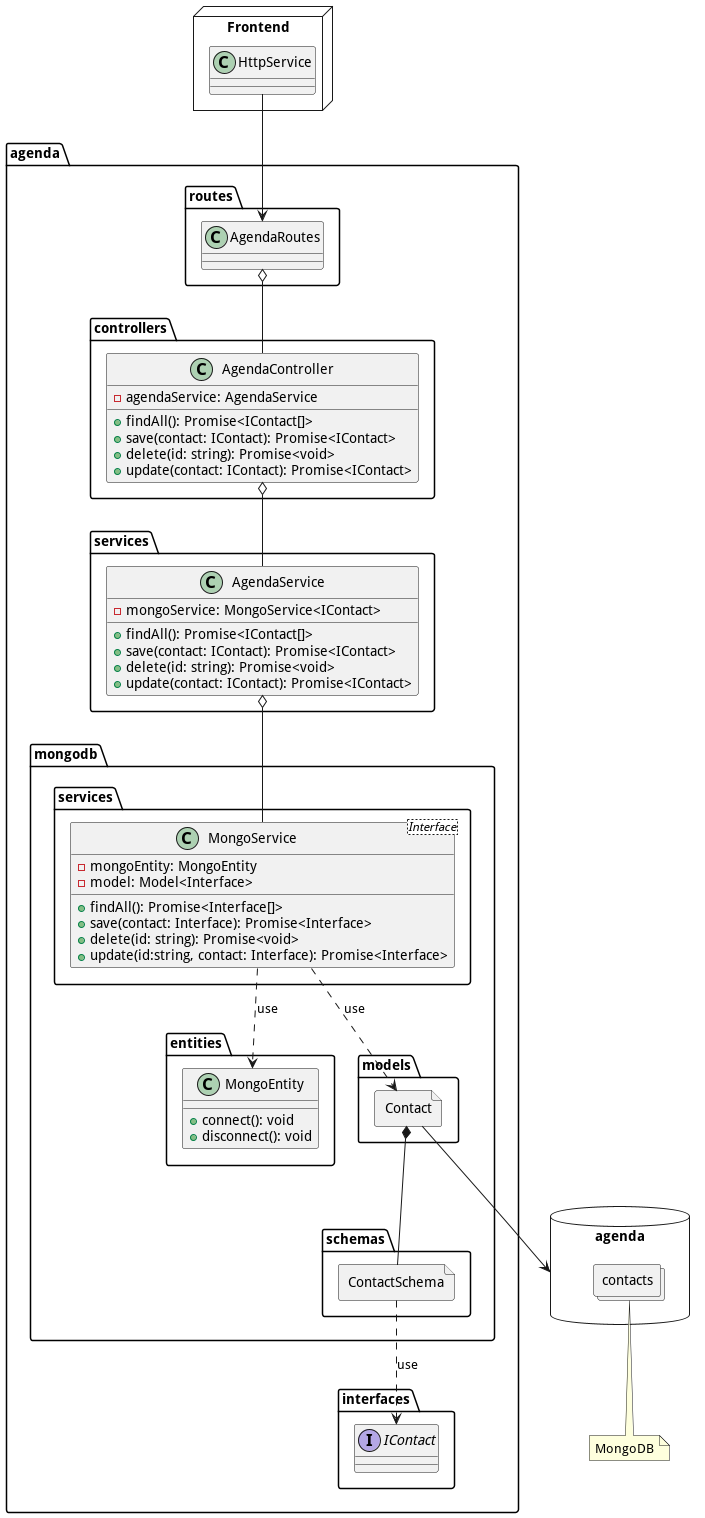
This is docs/uml/Server.png from raulwwq0/Agenda-TypeScript, a PlantUML export, as it was before one commit.
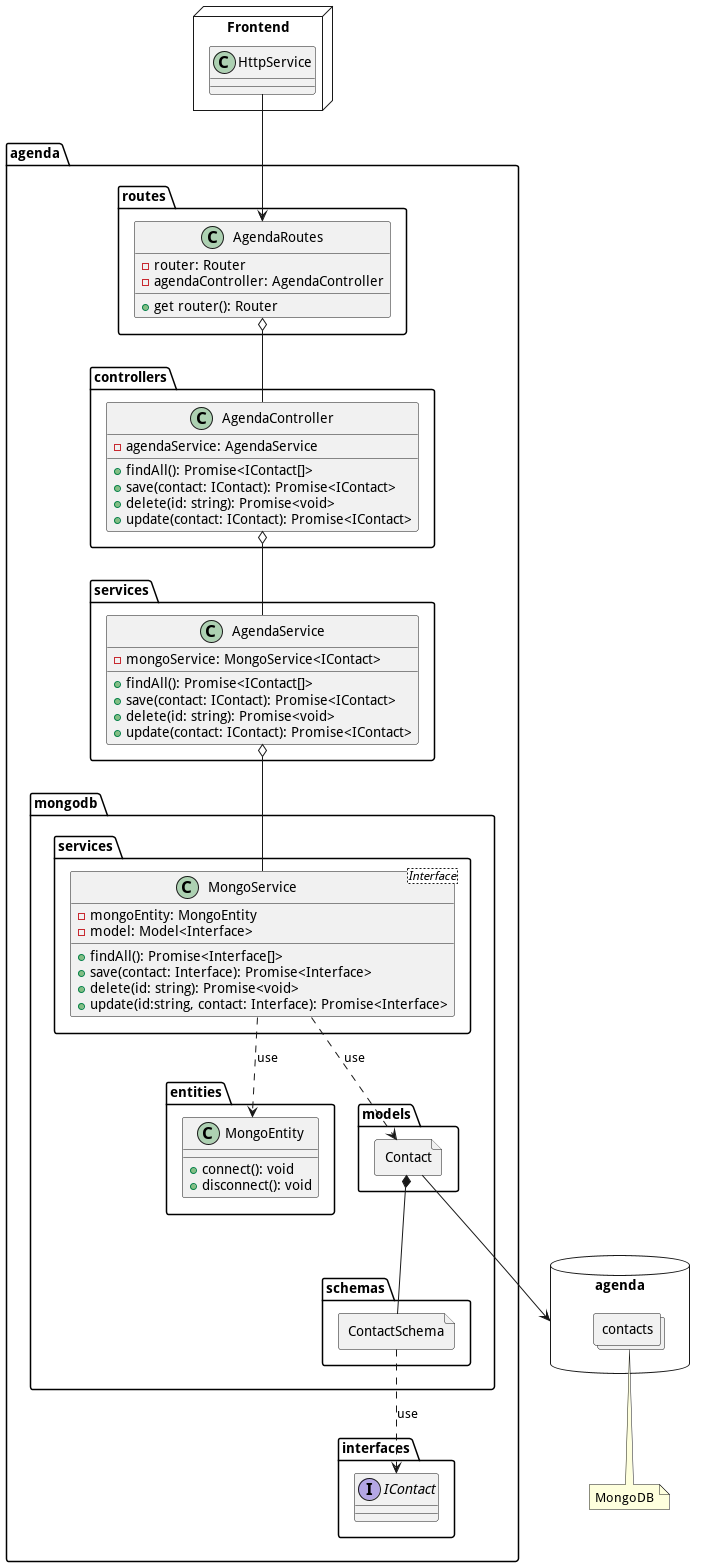
Above is the later version.

Commit message:
docs: uml image processed

The edit, as a diff of the source:
```diff
@@ -17,7 +17,11 @@
     }
 
     package routes {
-        class AgendaRoutes
+        class AgendaRoutes {
+            - router: Router
+            - agendaController: AgendaController
+            + get router(): Router
+        }
     }
 
     package services {
```
